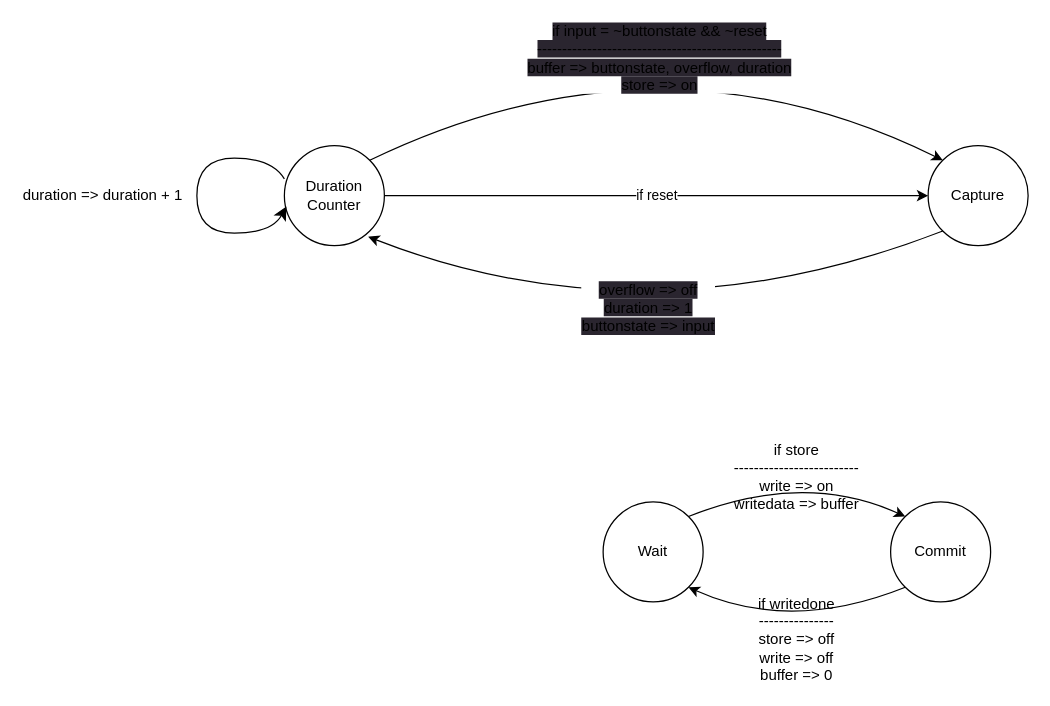
The draw.io diagram modules/capture/capture.drawio in Jeffff212/Button-Tester, before the edit. Source tidied: cells renumbered, new cells numbered last; positions are measured from the earlier drawing's top-left corner, leaving out a move shared by most shapes. Both pictures are drawn from the tidied source at 125%, with x=0, y=0 at pixel (21, 20).
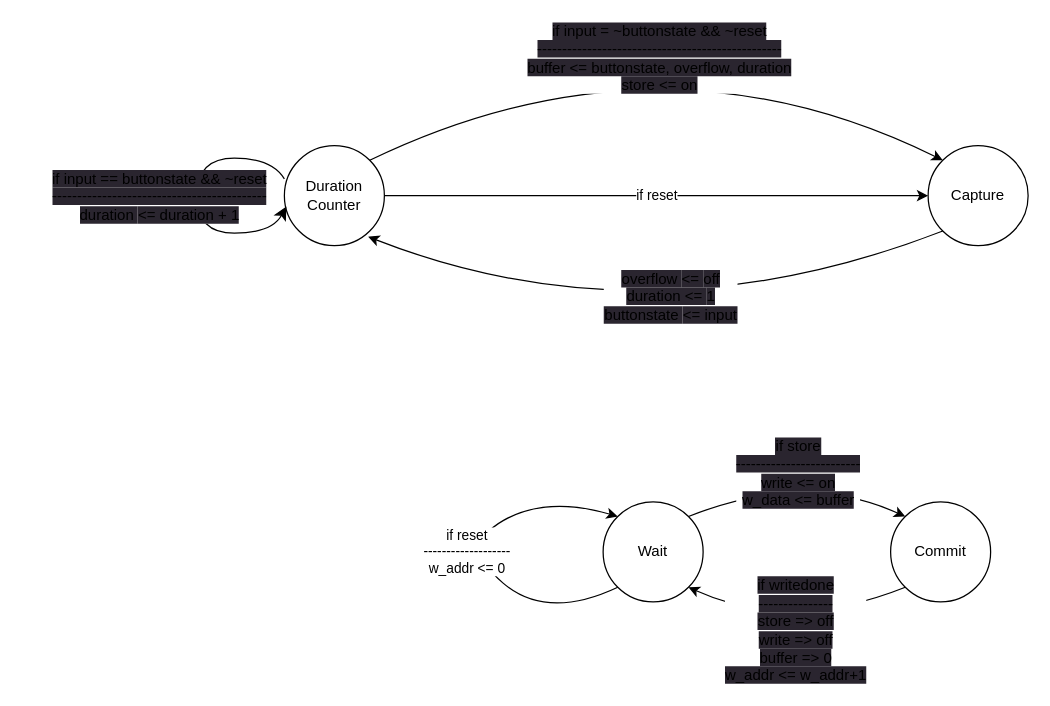
Above is the later version.

Commit message:
Cleaned up state transition boxes

Unchanged cells that the change refers to:
```xml
<mxCell id="2" style="ellipse;whiteSpace=wrap;html=1;" parent="1" vertex="1">
  <mxGeometry x="725" y="100" width="80" height="80" as="geometry" />
</mxCell>
<mxCell id="4" style="ellipse;whiteSpace=wrap;html=1;" parent="1" vertex="1">
  <mxGeometry x="210" y="100" width="80" height="80" as="geometry" />
</mxCell>
<mxCell id="11" style="ellipse;whiteSpace=wrap;html=1;" parent="1" vertex="1">
  <mxGeometry x="465" y="385" width="80" height="80" as="geometry" />
</mxCell>
<mxCell id="12" style="ellipse;whiteSpace=wrap;html=1;" parent="1" vertex="1">
  <mxGeometry x="695" y="385" width="80" height="80" as="geometry" />
</mxCell>
```

What changed in the source:
```diff
@@
-    <mxCell id="5" value="&lt;span style=&quot;font-size: 12px; background-color: rgb(42, 37, 47);&quot;&gt;if input = ~buttonstate &amp;amp;&amp;amp; ~reset&lt;/span&gt;&lt;br style=&quot;font-size: 12px; background-color: rgb(42, 37, 47);&quot;&gt;&lt;span style=&quot;font-size: 12px; background-color: rgb(42, 37, 47);&quot;&gt;-------------------------------------------------&lt;/span&gt;&lt;br style=&quot;font-size: 12px; background-color: rgb(42, 37, 47);&quot;&gt;&lt;span style=&quot;font-size: 12px; background-color: rgb(42, 37, 47);&quot;&gt;buffer =&amp;gt; buttonstate, overflow, duration&lt;/span&gt;&lt;br style=&quot;font-size: 12px; background-color: rgb(42, 37, 47);&quot;&gt;&lt;span style=&quot;font-size: 12px; background-color: rgb(42, 37, 47);&quot;&gt;store =&amp;gt; on&lt;/span&gt;" style="curved=1;endArrow=classic;html=1;entryX=0;entryY=0;entryDx=0;entryDy=0;exitX=1;exitY=0;exitDx=0;exitDy=0;" parent="1" edge="1" source="4" target="2">
+    <mxCell id="5" value="&lt;span style=&quot;font-size: 12px; background-color: rgb(42, 37, 47);&quot;&gt;if input = ~buttonstate &amp;amp;&amp;amp; ~reset&lt;/span&gt;&lt;br style=&quot;font-size: 12px; background-color: rgb(42, 37, 47);&quot;&gt;&lt;span style=&quot;font-size: 12px; background-color: rgb(42, 37, 47);&quot;&gt;-------------------------------------------------&lt;/span&gt;&lt;br style=&quot;font-size: 12px; background-color: rgb(42, 37, 47);&quot;&gt;&lt;span style=&quot;font-size: 12px; background-color: rgb(42, 37, 47);&quot;&gt;buffer &amp;lt;= buttonstate, overflow, duration&lt;/span&gt;&lt;br style=&quot;font-size: 12px; background-color: rgb(42, 37, 47);&quot;&gt;&lt;span style=&quot;font-size: 12px; background-color: rgb(42, 37, 47);&quot;&gt;store &amp;lt;= on&lt;/span&gt;" style="curved=1;endArrow=classic;html=1;entryX=0;entryY=0;entryDx=0;entryDy=0;exitX=1;exitY=0;exitDx=0;exitDy=0;" parent="1" edge="1" source="4" target="2">
       <mxGeometry x="0.06" y="-27" relative="1" as="geometry">
         <Array as="points">
           <mxPoint x="510" />
         </Array>
       </mxGeometry>
     </mxCell>
-    <mxCell id="6" value="&lt;span style=&quot;font-size: 12px; background-color: rgb(42, 37, 47);&quot;&gt;overflow =&amp;gt; off&lt;/span&gt;&lt;br style=&quot;font-size: 12px; background-color: rgb(42, 37, 47);&quot;&gt;&lt;span style=&quot;font-size: 12px; background-color: rgb(42, 37, 47);&quot;&gt;duration =&amp;gt; 1&lt;/span&gt;&lt;br style=&quot;font-size: 12px; background-color: rgb(42, 37, 47);&quot;&gt;&lt;span style=&quot;font-size: 12px; background-color: rgb(42, 37, 47);&quot;&gt;buttonstate =&amp;gt; input&lt;/span&gt;" style="endArrow=classic;html=1;entryX=0.838;entryY=0.911;entryDx=0;entryDy=0;exitX=0;exitY=1;exitDx=0;exitDy=0;entryPerimeter=0;curved=1;" parent="1" edge="1" source="2" target="4">
-      <mxGeometry x="0.07" y="-28" relative="1" as="geometry">
+    <mxCell id="6" value="&lt;span style=&quot;font-size: 12px; background-color: rgb(42, 37, 47);&quot;&gt;overflow&amp;nbsp;&lt;/span&gt;&lt;span style=&quot;font-size: 12px; background-color: rgb(42, 37, 47);&quot;&gt;&amp;lt;=&amp;nbsp;&lt;/span&gt;&lt;span style=&quot;font-size: 12px; background-color: rgb(42, 37, 47);&quot;&gt;off&lt;/span&gt;&lt;br style=&quot;font-size: 12px; background-color: rgb(42, 37, 47);&quot;&gt;&lt;span style=&quot;font-size: 12px; background-color: rgb(42, 37, 47);&quot;&gt;duration&amp;nbsp;&lt;/span&gt;&lt;span style=&quot;font-size: 12px; background-color: rgb(42, 37, 47);&quot;&gt;&amp;lt;=&amp;nbsp;&lt;/span&gt;&lt;span style=&quot;font-size: 12px; background-color: rgb(42, 37, 47);&quot;&gt;1&lt;/span&gt;&lt;br style=&quot;font-size: 12px; background-color: rgb(42, 37, 47);&quot;&gt;&lt;span style=&quot;font-size: 12px; background-color: rgb(42, 37, 47);&quot;&gt;buttonstate&amp;nbsp;&lt;/span&gt;&lt;span style=&quot;font-size: 12px; background-color: rgb(42, 37, 47);&quot;&gt;&amp;lt;=&amp;nbsp;&lt;/span&gt;&lt;span style=&quot;font-size: 12px; background-color: rgb(42, 37, 47);&quot;&gt;input&lt;/span&gt;" style="endArrow=classic;html=1;entryX=0.838;entryY=0.911;entryDx=0;entryDy=0;exitX=0;exitY=1;exitDx=0;exitDy=0;entryPerimeter=0;curved=1;" parent="1" edge="1" source="2" target="4">
+      <mxGeometry x="-0.1" y="-30" relative="1" as="geometry">
         <Array as="points">
           <mxPoint x="500" y="260" />
         </Array>
       </mxGeometry>
     </mxCell>
-    <mxCell id="7" style="curved=1;endArrow=classic;html=1;entryX=0.02;entryY=0.608;entryDx=0;entryDy=0;exitX=0;exitY=0.333;exitDx=0;exitDy=0;sourcePerimeterSpacing=0;arcSize=20;comic=0;jiggle=50;startSize=6;endSize=8;entryPerimeter=0;exitPerimeter=0;" parent="1" edge="1" source="4" target="4">
-      <mxGeometry relative="1" as="geometry">
+    <mxCell id="7" value="&lt;span style=&quot;font-size: 12px; background-color: rgb(42, 37, 47);&quot;&gt;if input == buttonstate &amp;amp;&amp;amp; ~reset&lt;br&gt;-------------------------------------------&lt;br&gt;duration&amp;nbsp;&lt;/span&gt;&lt;span style=&quot;font-size: 12px; background-color: rgb(42, 37, 47);&quot;&gt;&amp;lt;=&lt;/span&gt;&lt;span style=&quot;font-size: 12px; background-color: rgb(42, 37, 47);&quot;&gt;&amp;nbsp;duration + 1&lt;/span&gt;" style="curved=1;endArrow=classic;html=1;entryX=0.02;entryY=0.608;entryDx=0;entryDy=0;exitX=0;exitY=0.333;exitDx=0;exitDy=0;sourcePerimeterSpacing=0;arcSize=20;comic=0;jiggle=50;startSize=6;endSize=8;entryPerimeter=0;exitPerimeter=0;" parent="1" edge="1" source="4" target="4">
+      <mxGeometry x="-0.02" y="-30" relative="1" as="geometry">
         <Array as="points">
           <mxPoint x="200" y="110" />
           <mxPoint x="140" y="110" />
           <mxPoint x="140" y="170" />
           <mxPoint x="200" y="170" />
         </Array>
       </mxGeometry>
     </mxCell>
-    <mxCell id="8" value="duration =&amp;gt; duration + 1" style="text;html=1;strokeColor=none;fillColor=none;align=center;verticalAlign=middle;whiteSpace=wrap;rounded=0;" parent="1" vertex="1">
-      <mxGeometry y="125" width="130" height="30" as="geometry" />
-    </mxCell>
@@
-    <mxCell id="15" style="endArrow=classic;html=1;exitX=1;exitY=0;exitDx=0;exitDy=0;entryX=0;entryY=0;entryDx=0;entryDy=0;curved=1;" parent="1" edge="1" source="11" target="12">
+    <mxCell id="15" value="&lt;span style=&quot;font-size: 12px; background-color: rgb(42, 37, 47);&quot;&gt;if store&lt;/span&gt;&lt;br style=&quot;font-size: 12px; background-color: rgb(42, 37, 47);&quot;&gt;&lt;span style=&quot;font-size: 12px; background-color: rgb(42, 37, 47);&quot;&gt;-------------------------&lt;/span&gt;&lt;br style=&quot;font-size: 12px; background-color: rgb(42, 37, 47);&quot;&gt;&lt;span style=&quot;font-size: 12px; background-color: rgb(42, 37, 47);&quot;&gt;write &amp;lt;= on&lt;/span&gt;&lt;br style=&quot;font-size: 12px; background-color: rgb(42, 37, 47);&quot;&gt;&lt;span style=&quot;font-size: 12px; background-color: rgb(42, 37, 47);&quot;&gt;w_data &amp;lt;=&amp;nbsp;buffer&lt;br&gt;&lt;/span&gt;" style="endArrow=classic;html=1;exitX=1;exitY=0;exitDx=0;exitDy=0;entryX=0;entryY=0;entryDx=0;entryDy=0;curved=1;" parent="1" edge="1" source="11" target="12">
       <mxGeometry relative="1" as="geometry">
         <Array as="points">
           <mxPoint x="625" y="360" />
         </Array>
       </mxGeometry>
     </mxCell>
-    <mxCell id="16" style="endArrow=classic;html=1;exitX=0;exitY=1;exitDx=0;exitDy=0;entryX=1;entryY=1;entryDx=0;entryDy=0;curved=1;" parent="1" edge="1" source="12" target="11">
+    <mxCell id="16" value="&lt;span style=&quot;font-size: 12px; background-color: rgb(42, 37, 47);&quot;&gt;if writedone&lt;/span&gt;&lt;br style=&quot;font-size: 12px; background-color: rgb(42, 37, 47);&quot;&gt;&lt;span style=&quot;font-size: 12px; background-color: rgb(42, 37, 47);&quot;&gt;---------------&lt;/span&gt;&lt;br style=&quot;font-size: 12px; background-color: rgb(42, 37, 47);&quot;&gt;&lt;span style=&quot;font-size: 12px; background-color: rgb(42, 37, 47);&quot;&gt;store =&amp;gt; off&lt;/span&gt;&lt;br style=&quot;font-size: 12px; background-color: rgb(42, 37, 47);&quot;&gt;&lt;span style=&quot;font-size: 12px; background-color: rgb(42, 37, 47);&quot;&gt;write =&amp;gt; off&lt;/span&gt;&lt;br style=&quot;font-size: 12px; background-color: rgb(42, 37, 47);&quot;&gt;&lt;span style=&quot;font-size: 12px; background-color: rgb(42, 37, 47);&quot;&gt;buffer =&amp;gt; 0&lt;br&gt;w_addr &amp;lt;= w_addr+1&lt;br&gt;&lt;/span&gt;" style="endArrow=classic;html=1;exitX=0;exitY=1;exitDx=0;exitDy=0;entryX=1;entryY=1;entryDx=0;entryDy=0;curved=1;" parent="1" edge="1" source="12" target="11">
       <mxGeometry relative="1" as="geometry">
         <Array as="points">
           <mxPoint x="615" y="490" />
         </Array>
       </mxGeometry>
     </mxCell>
-    <mxCell id="17" value="if store&lt;br&gt;-------------------------&lt;br&gt;write =&amp;gt; on&lt;br&gt;writedata =&amp;gt; buffer" style="text;html=1;strokeColor=none;fillColor=none;align=center;verticalAlign=middle;whiteSpace=wrap;rounded=0;" parent="1" vertex="1">
-      <mxGeometry x="515" y="350" width="210" height="30" as="geometry" />
-    </mxCell>
-    <mxCell id="18" value="if writedone&lt;br&gt;---------------&lt;br&gt;store =&amp;gt; off&lt;br&gt;write =&amp;gt; off&lt;br&gt;buffer =&amp;gt; 0" style="text;html=1;strokeColor=none;fillColor=none;align=center;verticalAlign=middle;whiteSpace=wrap;rounded=0;" parent="1" vertex="1">
-      <mxGeometry x="585" y="480" width="70" height="30" as="geometry" />
-    </mxCell>
+    <mxCell id="19" value="if reset&lt;br&gt;-------------------&lt;br&gt;w_addr &amp;lt;= 0" style="edgeStyle=none;html=1;exitX=0;exitY=1;exitDx=0;exitDy=0;entryX=0;entryY=0;entryDx=0;entryDy=0;curved=1;" parent="1" edge="1" source="11" target="11">
+      <mxGeometry relative="1" as="geometry">
+        <Array as="points">
+          <mxPoint x="420" y="480" />
+          <mxPoint x="350" y="420" />
+          <mxPoint x="420" y="380" />
+        </Array>
+      </mxGeometry>
+    </mxCell>
```
